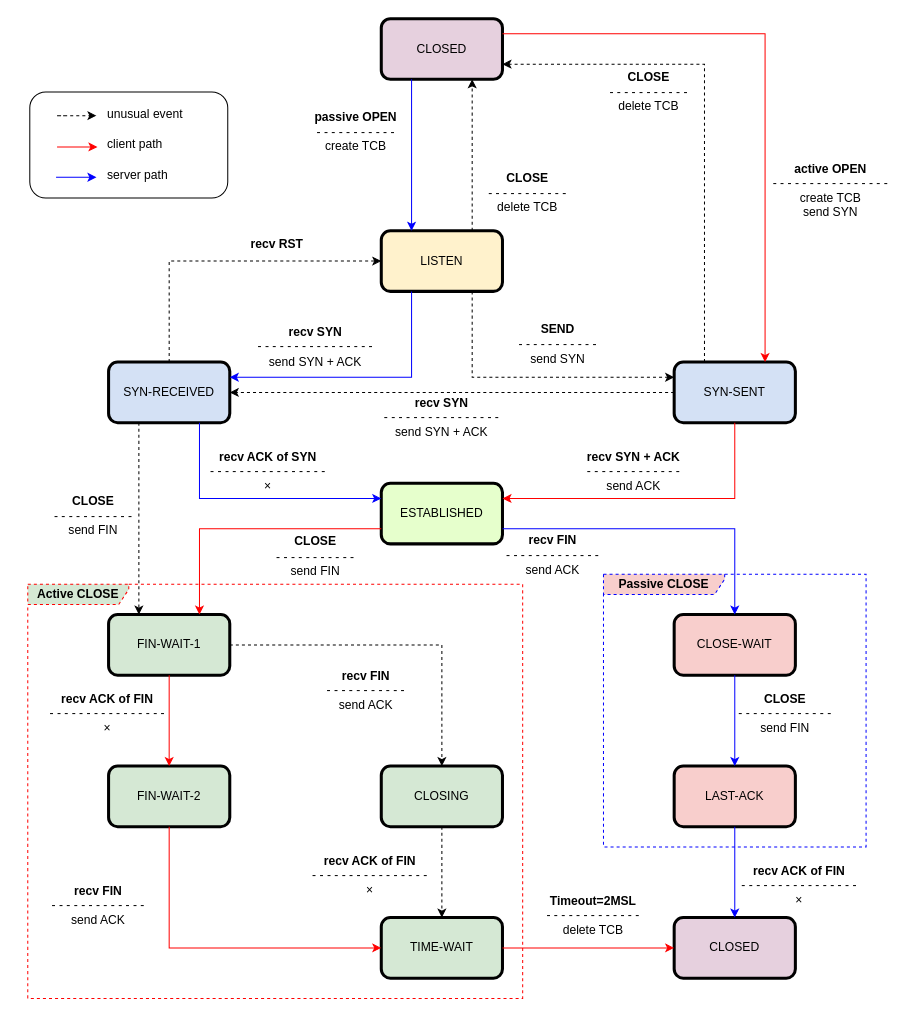
Earlier version of the draw.io diagram tcp/tcp_connection_state_diagram.drawio (ShenChen1/how-to-reload-malloc-free). Source tidied: cells renumbered, new cells numbered last; positions are measured from the earlier drawing's top-left corner, leaving out a move shared by most shapes. Both pictures are drawn from the tidied source at 101%, with x=0, y=0 at pixel (17, 18).
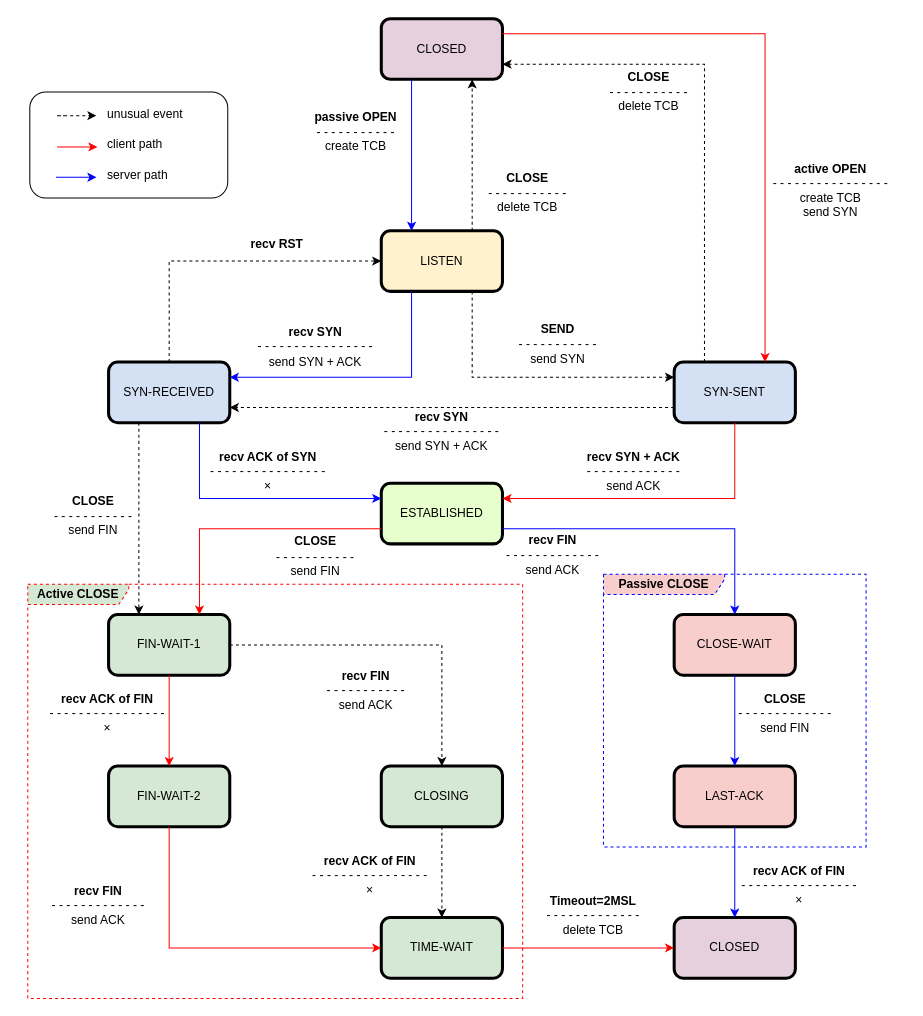
The same page after the edit.

The change refers to these unchanged cells:
```xml
<mxCell id="6" value="SYN-RECEIVED" style="rounded=1;whiteSpace=wrap;html=1;strokeColor=default;strokeWidth=3;fontFamily=Helvetica;fontSize=12;fontColor=default;fillColor=#D4E1F5;shadow=0;" parent="1" vertex="1">
  <mxGeometry x="90" y="340" width="120" height="60" as="geometry" />
</mxCell>
<mxCell id="7" value="&lt;div&gt;SYN-SENT&lt;/div&gt;" style="rounded=1;whiteSpace=wrap;html=1;strokeColor=default;strokeWidth=3;fontFamily=Helvetica;fontSize=12;fontColor=default;fillColor=#D4E1F5;shadow=0;" parent="1" vertex="1">
  <mxGeometry x="650" y="340" width="120" height="60" as="geometry" />
</mxCell>
```

What changed in the source:
```diff
@@
-    <mxCell id="26" style="endArrow=classic;html=1;rounded=0;dashed=1;fontFamily=Helvetica;fontSize=12;fontColor=default;exitX=0;exitY=0.5;exitDx=0;exitDy=0;entryX=1;entryY=0.5;entryDx=0;entryDy=0;fillColor=#FF0000;strokeColor=#000000;shadow=0;" parent="1" edge="1" source="7" target="6">
+    <mxCell id="26" style="endArrow=classic;html=1;rounded=0;dashed=1;fontFamily=Helvetica;fontSize=12;fontColor=default;fillColor=#FF0000;strokeColor=#000000;shadow=0;exitX=0;exitY=0.75;exitDx=0;exitDy=0;entryX=1;entryY=0.75;entryDx=0;entryDy=0;" parent="1" edge="1" source="7" target="6">
       <mxGeometry relative="1" as="geometry" />
     </mxCell>
     <mxCell id="27" value="&lt;div align=&quot;center&quot;&gt;&lt;b&gt;recv SYN&lt;br&gt;&lt;/b&gt;&lt;/div&gt;&lt;div align=&quot;center&quot;&gt;- - - - - - - - - - - - - - - -&lt;br&gt;&lt;/div&gt;&lt;div align=&quot;center&quot;&gt;send SYN + ACK&lt;br&gt;&lt;/div&gt;" style="text;html=1;strokeColor=none;fillColor=none;align=center;verticalAlign=middle;whiteSpace=wrap;rounded=0;fontSize=12;fontFamily=Helvetica;fontColor=default;shadow=0;" parent="1" vertex="1">
-      <mxGeometry x="345" y="380" width="150" height="30" as="geometry" />
+      <mxGeometry x="345" y="394" width="150" height="30" as="geometry" />
     </mxCell>
```
